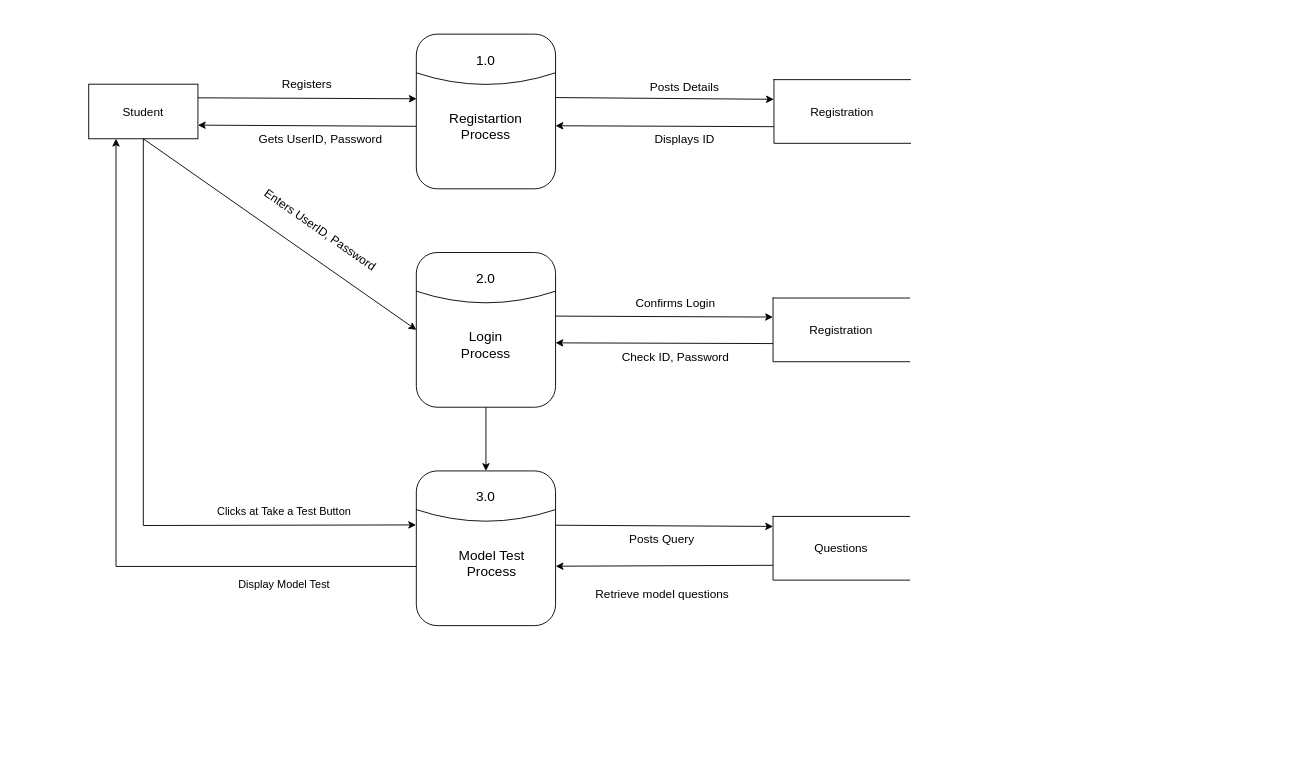
Above: static/Project Diagram/DFD - Level 1.drawio in sainisoftravi/online_entrance (draw.io), before the change. Source tidied: cells renumbered, new cells numbered last; positions are measured from the earlier drawing's top-left corner, leaving out a move shared by most shapes. Both pictures are drawn from the tidied source at 91%, with x=0, y=0 at pixel (88, 34).
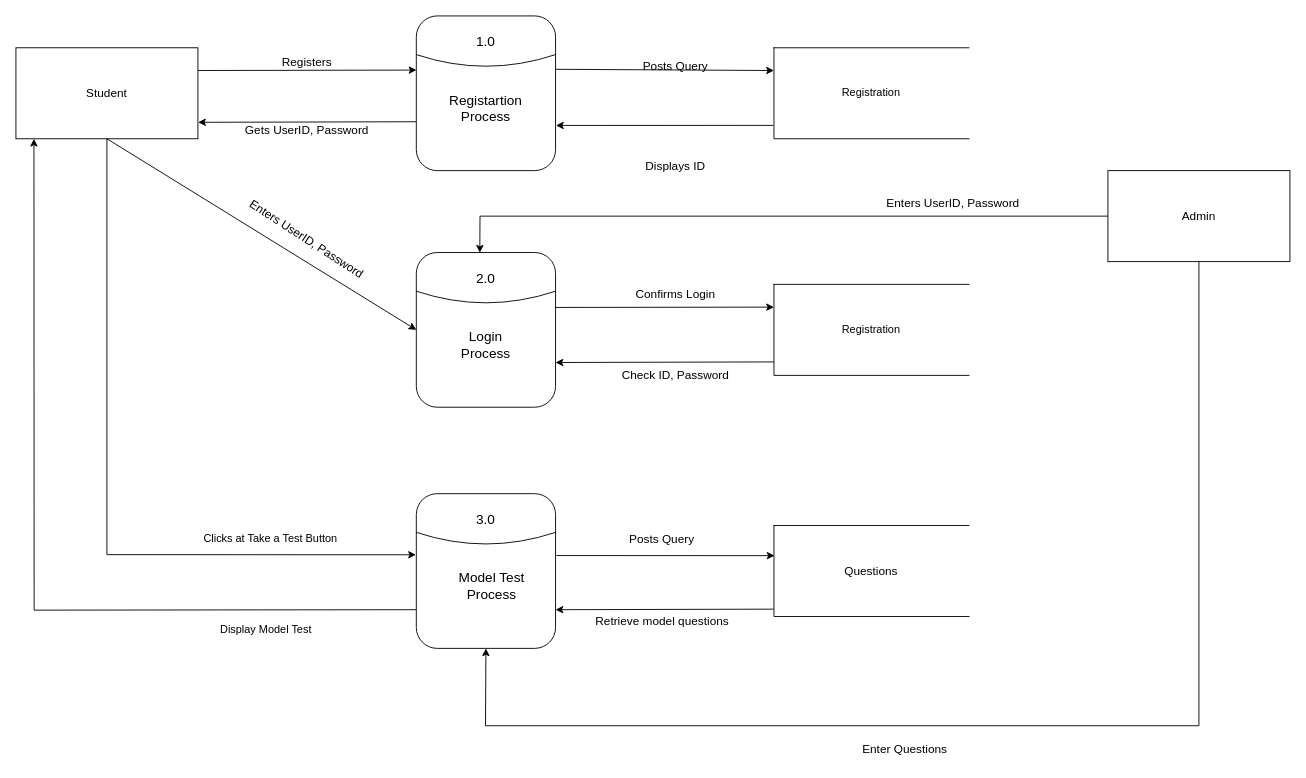
The same page after the edit.

Unchanged cells that the change refers to:
```xml
<mxCell id="26" style="rounded=1;whiteSpace=wrap;html=1;" parent="25" vertex="1">
  <mxGeometry width="153" height="170" as="geometry" />
</mxCell>
<mxCell id="33" style="rounded=1;whiteSpace=wrap;html=1;" parent="32" vertex="1">
  <mxGeometry width="153" height="170" as="geometry" />
</mxCell>
<mxCell id="38" style="rounded=1;whiteSpace=wrap;html=1;" parent="37" vertex="1">
  <mxGeometry width="153" height="170" as="geometry" />
</mxCell>
```

Change to the diagram source:
```diff
@@
     <mxCell id="2" value="&lt;font style=&quot;font-size: 13px;&quot;&gt;Student&lt;/font&gt;" style="rounded=0;whiteSpace=wrap;html=1;" parent="1" vertex="1">
-      <mxGeometry y="55" width="120" height="60" as="geometry" />
+      <mxGeometry x="-80" y="15" width="200" height="100" as="geometry" />
     </mxCell>
-    <mxCell id="3" style="endArrow=classic;html=1;rounded=0;exitX=1;exitY=0.25;exitDx=0;exitDy=0;entryX=0.002;entryY=0.418;entryDx=0;entryDy=0;entryPerimeter=0;" parent="1" edge="1" source="2" target="26">
+    <mxCell id="3" style="endArrow=classic;html=1;rounded=0;exitX=1;exitY=0.25;exitDx=0;exitDy=0;entryX=0.001;entryY=0.35;entryDx=0;entryDy=0;entryPerimeter=0;" parent="1" edge="1" source="2" target="26">
       <mxGeometry relative="1" as="geometry" />
     </mxCell>
-    <mxCell id="4" style="endArrow=classic;html=1;rounded=0;exitX=-0.002;exitY=0.596;exitDx=0;exitDy=0;entryX=1;entryY=0.75;entryDx=0;entryDy=0;exitPerimeter=0;" parent="1" edge="1" source="26" target="2">
+    <mxCell id="4" style="endArrow=classic;html=1;rounded=0;exitX=-0.002;exitY=0.684;exitDx=0;exitDy=0;entryX=1.001;entryY=0.819;entryDx=0;entryDy=0;exitPerimeter=0;entryPerimeter=0;" parent="1" edge="1" source="26" target="2">
       <mxGeometry relative="1" as="geometry" />
     </mxCell>
     <mxCell id="5" value="&lt;font style=&quot;font-size: 13px;&quot;&gt;Registers&lt;/font&gt;" style="text;html=1;strokeColor=none;fillColor=none;align=center;verticalAlign=middle;whiteSpace=wrap;rounded=0;" parent="1" vertex="1">
-      <mxGeometry x="210" y="40" width="60" height="30" as="geometry" />
+      <mxGeometry x="210" y="15" width="60" height="30" as="geometry" />
     </mxCell>
     <mxCell id="6" value="&lt;font style=&quot;font-size: 13px;&quot;&gt;Gets UserID, Password&lt;/font&gt;" style="text;html=1;strokeColor=none;fillColor=none;align=center;verticalAlign=middle;whiteSpace=wrap;rounded=0;" parent="1" vertex="1">
-      <mxGeometry x="180" y="100" width="150" height="30" as="geometry" />
+      <mxGeometry x="165" y="90" width="150" height="30" as="geometry" />
     </mxCell>
@@
-    <mxCell id="8" value="&lt;font style=&quot;font-size: 13px;&quot;&gt;Enters UserID, Password&lt;/font&gt;" style="text;html=1;strokeColor=none;fillColor=none;align=center;verticalAlign=middle;whiteSpace=wrap;rounded=0;rotation=35;" parent="1" vertex="1">
-      <mxGeometry x="165" y="200" width="180" height="30" as="geometry" />
+    <mxCell id="8" value="&lt;font style=&quot;font-size: 13px;&quot;&gt;Enters UserID, Password&lt;/font&gt;" style="text;html=1;strokeColor=none;fillColor=none;align=center;verticalAlign=middle;whiteSpace=wrap;rounded=0;rotation=33;" parent="1" vertex="1">
+      <mxGeometry x="150" y="210" width="180" height="30" as="geometry" />
     </mxCell>
-    <mxCell id="9" style="endArrow=classic;html=1;rounded=0;exitX=0.5;exitY=1;exitDx=0;exitDy=0;entryX=-0.002;entryY=0.349;entryDx=0;entryDy=0;entryPerimeter=0;" parent="1" edge="1" source="2" target="38">
+    <mxCell id="9" style="endArrow=classic;html=1;rounded=0;exitX=0.5;exitY=1;exitDx=0;exitDy=0;entryX=-0.003;entryY=0.395;entryDx=0;entryDy=0;entryPerimeter=0;" parent="1" edge="1" source="2" target="38">
       <mxGeometry relative="1" as="geometry">
         <Array as="points">
-          <mxPoint x="60" y="540" />
+          <mxPoint x="20" y="572" />
         </Array>
       </mxGeometry>
     </mxCell>
     <mxCell id="10" value="Display Model Test" style="text;html=1;strokeColor=none;fillColor=none;align=center;verticalAlign=middle;whiteSpace=wrap;rounded=0;rotation=0;" parent="1" vertex="1">
-      <mxGeometry x="125" y="590" width="180" height="30" as="geometry" />
+      <mxGeometry x="105" y="640" width="180" height="30" as="geometry" />
     </mxCell>
-    <mxCell id="11" style="endArrow=classic;html=1;rounded=0;exitX=0;exitY=0.5;exitDx=0;exitDy=0;entryX=0.25;entryY=1;entryDx=0;entryDy=0;" parent="1" edge="1" target="2">
+    <mxCell id="11" style="endArrow=classic;html=1;rounded=0;exitX=0;exitY=0.75;exitDx=0;exitDy=0;entryX=0.099;entryY=1;entryDx=0;entryDy=0;entryPerimeter=0;" parent="1" edge="1" source="38" target="2">
       <mxGeometry relative="1" as="geometry">
-        <mxPoint x="369" y="585" as="sourcePoint" />
         <Array as="points">
-          <mxPoint x="30" y="585" />
+          <mxPoint x="-60" y="633" />
         </Array>
       </mxGeometry>
     </mxCell>
     <mxCell id="12" value="Clicks at Take a Test Button" style="text;html=1;strokeColor=none;fillColor=none;align=center;verticalAlign=middle;whiteSpace=wrap;rounded=0;rotation=0;" parent="1" vertex="1">
-      <mxGeometry x="130" y="510" width="170" height="30" as="geometry" />
+      <mxGeometry x="115" y="540" width="170" height="30" as="geometry" />
     </mxCell>
-    <mxCell id="13" value="&lt;font style=&quot;font-size: 13px;&quot;&gt;Registration&lt;/font&gt;" style="html=1;dashed=0;whiteSpace=wrap;shape=partialRectangle;right=0;" parent="1" vertex="1">
-      <mxGeometry x="753" y="50" width="150" height="70" as="geometry" />
-    </mxCell>
     <mxCell id="14" value="&lt;font style=&quot;font-size: 13px;&quot;&gt;Displays ID&lt;/font&gt;" style="text;html=1;strokeColor=none;fillColor=none;align=center;verticalAlign=middle;whiteSpace=wrap;rounded=0;" parent="1" vertex="1">
-      <mxGeometry x="610" y="100" width="90" height="30" as="geometry" />
+      <mxGeometry x="600" y="130" width="90" height="30" as="geometry" />
     </mxCell>
-    <mxCell id="15" value="&lt;font style=&quot;font-size: 13px;&quot;&gt;Posts Details&lt;/font&gt;" style="text;html=1;strokeColor=none;fillColor=none;align=center;verticalAlign=middle;whiteSpace=wrap;rounded=0;" parent="1" vertex="1">
-      <mxGeometry x="610" y="43" width="90" height="30" as="geometry" />
-    </mxCell>
-    <mxCell id="16" style="endArrow=classic;html=1;rounded=0;exitX=1;exitY=0.411;exitDx=0;exitDy=0;entryX=-0.001;entryY=0.299;entryDx=0;entryDy=0;entryPerimeter=0;exitPerimeter=0;" parent="1" edge="1" source="33" target="18">
+    <mxCell id="16" style="endArrow=classic;html=1;rounded=0;exitX=1;exitY=0.355;exitDx=0;exitDy=0;entryX=0;entryY=0.25;entryDx=0;entryDy=0;exitPerimeter=0;" parent="1" edge="1" source="33" target="44">
       <mxGeometry relative="1" as="geometry" />
     </mxCell>
-    <mxCell id="17" style="endArrow=classic;html=1;rounded=0;exitX=0.001;exitY=0.715;exitDx=0;exitDy=0;entryX=1;entryY=0.584;entryDx=0;entryDy=0;exitPerimeter=0;entryPerimeter=0;" parent="1" edge="1" source="18" target="33">
+    <mxCell id="17" style="endArrow=classic;html=1;rounded=0;exitX=-0.001;exitY=0.852;exitDx=0;exitDy=0;entryX=1;entryY=0.711;entryDx=0;entryDy=0;entryPerimeter=0;exitPerimeter=0;" parent="1" edge="1" source="44" target="33">
       <mxGeometry relative="1" as="geometry" />
     </mxCell>
-    <mxCell id="18" value="&lt;font style=&quot;font-size: 13px;&quot;&gt;Registration&lt;/font&gt;" style="html=1;dashed=0;whiteSpace=wrap;shape=partialRectangle;right=0;" parent="1" vertex="1">
-      <mxGeometry x="752" y="290" width="150" height="70" as="geometry" />
-    </mxCell>
     <mxCell id="19" value="&lt;font style=&quot;font-size: 13px;&quot;&gt;Check ID, Password&lt;/font&gt;" style="text;html=1;strokeColor=none;fillColor=none;align=center;verticalAlign=middle;whiteSpace=wrap;rounded=0;" parent="1" vertex="1">
-      <mxGeometry x="575" y="340" width="140" height="30" as="geometry" />
+      <mxGeometry x="575" y="360" width="140" height="30" as="geometry" />
     </mxCell>
     <mxCell id="20" value="&lt;font style=&quot;font-size: 13px;&quot;&gt;Confirms Login&lt;/font&gt;" style="text;html=1;strokeColor=none;fillColor=none;align=center;verticalAlign=middle;whiteSpace=wrap;rounded=0;" parent="1" vertex="1">
-      <mxGeometry x="590" y="280" width="110" height="30" as="geometry" />
+      <mxGeometry x="590" y="270" width="110" height="30" as="geometry" />
     </mxCell>
-    <mxCell id="21" style="endArrow=classic;html=1;rounded=0;exitX=0.998;exitY=0.351;exitDx=0;exitDy=0;entryX=-0.001;entryY=0.299;entryDx=0;entryDy=0;entryPerimeter=0;exitPerimeter=0;" parent="1" edge="1" source="38">
-      <mxGeometry relative="1" as="geometry">
-        <mxPoint x="752" y="541" as="targetPoint" />
-      </mxGeometry>
+    <mxCell id="21" style="endArrow=classic;html=1;rounded=0;exitX=1.006;exitY=0.4;exitDx=0;exitDy=0;entryX=0.003;entryY=0.331;entryDx=0;entryDy=0;entryPerimeter=0;exitPerimeter=0;" parent="1" edge="1" source="38" target="22">
+      <mxGeometry relative="1" as="geometry" />
     </mxCell>
     <mxCell id="22" value="&lt;font style=&quot;font-size: 13px;&quot;&gt;Questions&lt;/font&gt;" style="html=1;dashed=0;whiteSpace=wrap;shape=partialRectangle;right=0;" parent="1" vertex="1">
-      <mxGeometry x="752" y="530" width="150" height="70" as="geometry" />
+      <mxGeometry x="753" y="540" width="214.3" height="100" as="geometry" />
     </mxCell>
     <mxCell id="23" value="&lt;font style=&quot;font-size: 13px;&quot;&gt;Retrieve model questions&lt;/font&gt;" style="text;html=1;strokeColor=none;fillColor=none;align=center;verticalAlign=middle;whiteSpace=wrap;rounded=0;" parent="1" vertex="1">
-      <mxGeometry x="553.5" y="600" width="153" height="30" as="geometry" />
+      <mxGeometry x="553.5" y="630" width="153" height="30" as="geometry" />
     </mxCell>
@@
     <mxCell id="25" style="group;" parent="1" vertex="1">
-      <mxGeometry x="360" width="153" height="170" as="geometry" />
+      <mxGeometry x="360" y="-20" width="153" height="170" as="geometry" />
     </mxCell>
@@
-    <mxCell id="30" style="endArrow=classic;html=1;rounded=0;entryX=-0.001;entryY=0.309;entryDx=0;entryDy=0;entryPerimeter=0;exitX=1.001;exitY=0.41;exitDx=0;exitDy=0;exitPerimeter=0;" parent="1" edge="1" source="26" target="13">
+    <mxCell id="30" style="endArrow=classic;html=1;rounded=0;entryX=0;entryY=0.25;entryDx=0;entryDy=0;exitX=0.998;exitY=0.345;exitDx=0;exitDy=0;exitPerimeter=0;" parent="1" edge="1" source="26" target="45">
       <mxGeometry relative="1" as="geometry" />
     </mxCell>
-    <mxCell id="31" style="endArrow=classic;html=1;rounded=0;exitX=-0.002;exitY=0.596;exitDx=0;exitDy=0;entryX=1;entryY=0.75;entryDx=0;entryDy=0;exitPerimeter=0;" parent="1" edge="1">
-      <mxGeometry relative="1" as="geometry">
-        <mxPoint x="753" y="101.7" as="sourcePoint" />
-        <mxPoint x="513" y="100.7" as="targetPoint" />
-      </mxGeometry>
+    <mxCell id="31" style="endArrow=classic;html=1;rounded=0;exitX=-0.003;exitY=0.853;exitDx=0;exitDy=0;entryX=1.003;entryY=0.708;entryDx=0;entryDy=0;exitPerimeter=0;entryPerimeter=0;" parent="1" edge="1" source="45" target="26">
+      <mxGeometry relative="1" as="geometry" />
     </mxCell>
@@
     <mxCell id="37" style="group;" parent="1" vertex="1">
-      <mxGeometry x="360" y="480" width="153" height="170" as="geometry" />
+      <mxGeometry x="360" y="505" width="153" height="170" as="geometry" />
     </mxCell>
@@
-    <mxCell id="42" style="endArrow=classic;html=1;rounded=0;exitX=0.001;exitY=0.715;exitDx=0;exitDy=0;entryX=1.001;entryY=0.616;entryDx=0;entryDy=0;exitPerimeter=0;entryPerimeter=0;" parent="37" edge="1" target="38">
-      <mxGeometry relative="1" as="geometry">
-        <mxPoint x="392.1" y="103.7" as="sourcePoint" />
-      </mxGeometry>
+    <mxCell id="42" style="endArrow=classic;html=1;rounded=0;entryX=1;entryY=0.75;entryDx=0;entryDy=0;exitX=-0.002;exitY=0.919;exitDx=0;exitDy=0;exitPerimeter=0;" parent="1" edge="1" source="22" target="38">
+      <mxGeometry relative="1" as="geometry" />
     </mxCell>
-    <mxCell id="43" style="endArrow=classic;html=1;rounded=0;exitX=0.5;exitY=1;exitDx=0;exitDy=0;entryX=0.5;entryY=0;entryDx=0;entryDy=0;" parent="1" edge="1" source="33" target="38">
-      <mxGeometry relative="1" as="geometry" />
-    </mxCell>
+    <mxCell id="44" value="Registration" style="html=1;dashed=0;whiteSpace=wrap;shape=partialRectangle;right=0;" parent="1" vertex="1">
+      <mxGeometry x="753" y="275" width="214.3" height="100" as="geometry" />
+    </mxCell>
+    <mxCell id="45" value="Registration" style="html=1;dashed=0;whiteSpace=wrap;shape=partialRectangle;right=0;" parent="1" vertex="1">
+      <mxGeometry x="753" y="15" width="214.3" height="100" as="geometry" />
+    </mxCell>
+    <mxCell id="46" value="&lt;font style=&quot;font-size: 13px;&quot;&gt;Posts Query&lt;/font&gt;" style="text;html=1;strokeColor=none;fillColor=none;align=center;verticalAlign=middle;whiteSpace=wrap;rounded=0;" parent="1" vertex="1">
+      <mxGeometry x="590" y="20" width="110" height="30" as="geometry" />
+    </mxCell>
+    <mxCell id="47" value="&lt;font style=&quot;font-size: 13px;&quot;&gt;Admin&lt;/font&gt;" style="rounded=0;whiteSpace=wrap;html=1;" parent="1" vertex="1">
+      <mxGeometry x="1120" y="150" width="200" height="100" as="geometry" />
+    </mxCell>
+    <mxCell id="48" style="endArrow=classic;html=1;rounded=0;exitX=0;exitY=0.5;exitDx=0;exitDy=0;entryX=0.456;entryY=0.001;entryDx=0;entryDy=0;entryPerimeter=0;" parent="1" edge="1" source="47" target="33">
+      <mxGeometry relative="1" as="geometry">
+        <Array as="points">
+          <mxPoint x="430" y="200" />
+        </Array>
+      </mxGeometry>
+    </mxCell>
+    <mxCell id="49" value="&lt;font style=&quot;font-size: 13px;&quot;&gt;Enters UserID, Password&lt;/font&gt;" style="text;html=1;strokeColor=none;fillColor=none;align=center;verticalAlign=middle;whiteSpace=wrap;rounded=0;rotation=0;" parent="1" vertex="1">
+      <mxGeometry x="860" y="170" width="180" height="30" as="geometry" />
+    </mxCell>
+    <mxCell id="50" style="endArrow=classic;html=1;rounded=0;exitX=0.5;exitY=1;exitDx=0;exitDy=0;entryX=0.5;entryY=1;entryDx=0;entryDy=0;" parent="1" edge="1" source="47" target="38">
+      <mxGeometry relative="1" as="geometry">
+        <Array as="points">
+          <mxPoint x="1220" y="760" />
+          <mxPoint x="436" y="760" />
+        </Array>
+      </mxGeometry>
+    </mxCell>
+    <mxCell id="51" value="&lt;font style=&quot;font-size: 13px;&quot;&gt;Enter Questions&lt;/font&gt;" style="text;html=1;strokeColor=none;fillColor=none;align=center;verticalAlign=middle;whiteSpace=wrap;rounded=0;" parent="1" vertex="1">
+      <mxGeometry x="827.3" y="770" width="140" height="30" as="geometry" />
+    </mxCell>
```
